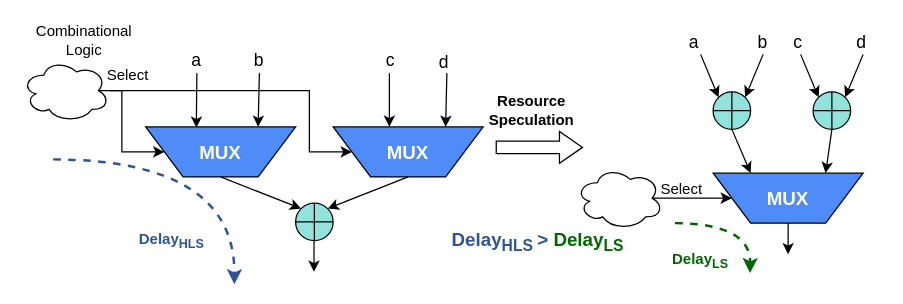
The draw.io diagram hlsls_1.drawio in kxzhu0505/Delay-Padding-For-Multi-corner, before the edit. Source tidied: cells renumbered, new cells numbered last; positions are measured from the earlier drawing's top-left corner, leaving out a move shared by most shapes. Both pictures are drawn from the tidied source at 125%, with x=0, y=0 at pixel (21, 21).
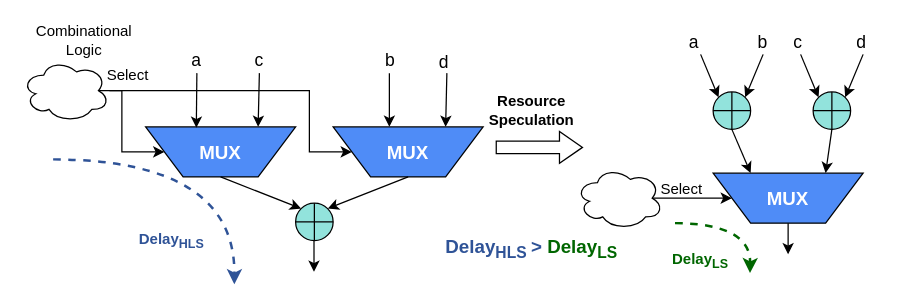
The same diagram, later.

Diff of the diagram source:
```diff
@@
-    <mxCell id="19" value="&lt;font style=&quot;font-size: 14px;&quot;&gt;b&lt;/font&gt;" style="text;html=1;align=center;verticalAlign=middle;whiteSpace=wrap;rounded=0;" parent="1" vertex="1">
+    <mxCell id="19" value="&lt;font style=&quot;font-size: 14px;&quot;&gt;c&lt;/font&gt;" style="text;html=1;align=center;verticalAlign=middle;whiteSpace=wrap;rounded=0;" parent="1" vertex="1">
       <mxGeometry x="175" y="21" width="30" height="20" as="geometry" />
     </mxCell>
-    <mxCell id="20" value="&lt;font style=&quot;font-size: 14px;&quot;&gt;c&lt;/font&gt;" style="text;html=1;align=center;verticalAlign=middle;whiteSpace=wrap;rounded=0;" parent="1" vertex="1">
+    <mxCell id="20" value="&lt;font style=&quot;font-size: 14px;&quot;&gt;b&lt;/font&gt;" style="text;html=1;align=center;verticalAlign=middle;whiteSpace=wrap;rounded=0;" parent="1" vertex="1">
       <mxGeometry x="280" y="21" width="30" height="20" as="geometry" />
     </mxCell>
@@
     <mxCell id="26" value="&lt;font style=&quot;font-size: 15px;&quot;&gt;&lt;b style=&quot;&quot;&gt;&lt;font style=&quot;&quot;&gt;&lt;font style=&quot;color: rgb(47, 83, 151);&quot;&gt;Delay&lt;sub style=&quot;&quot;&gt;HLS&amp;nbsp;&lt;/sub&gt;&amp;gt;&amp;nbsp;&lt;/font&gt;&lt;/font&gt;&lt;/b&gt;&lt;b style=&quot;&quot;&gt;&lt;font style=&quot;color: rgb(0, 102, 0);&quot;&gt;Delay&lt;sub style=&quot;&quot;&gt;LS&lt;/sub&gt;&lt;/font&gt;&lt;/b&gt;&lt;/font&gt;" style="text;html=1;align=center;verticalAlign=middle;whiteSpace=wrap;rounded=0;" parent="1" vertex="1">
-      <mxGeometry x="348" y="161" width="130" height="30" as="geometry" />
+      <mxGeometry x="343" y="166" width="130" height="30" as="geometry" />
     </mxCell>
```
